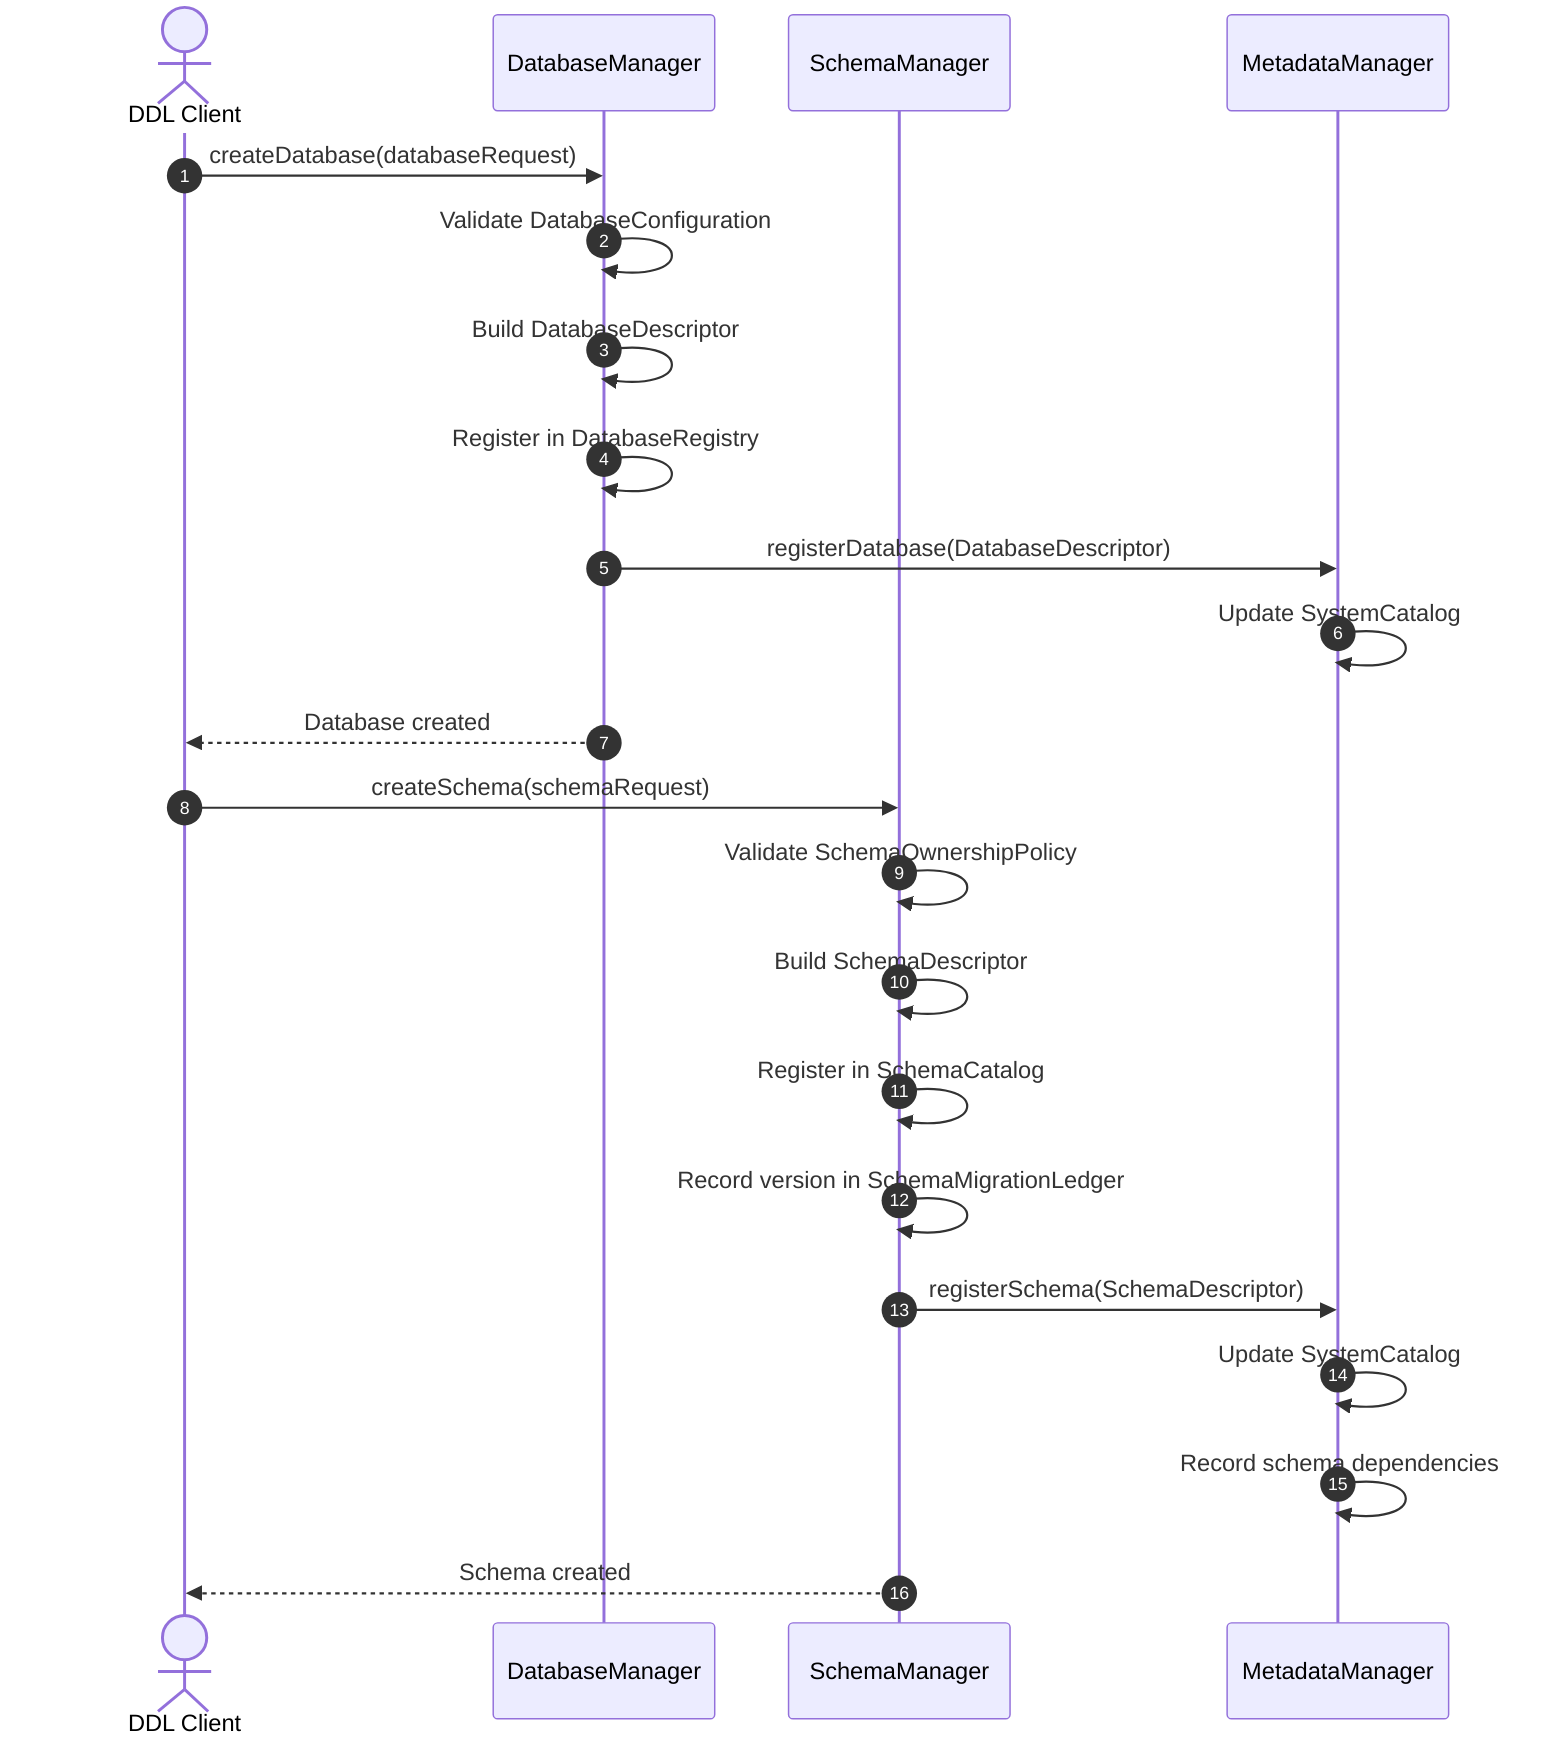
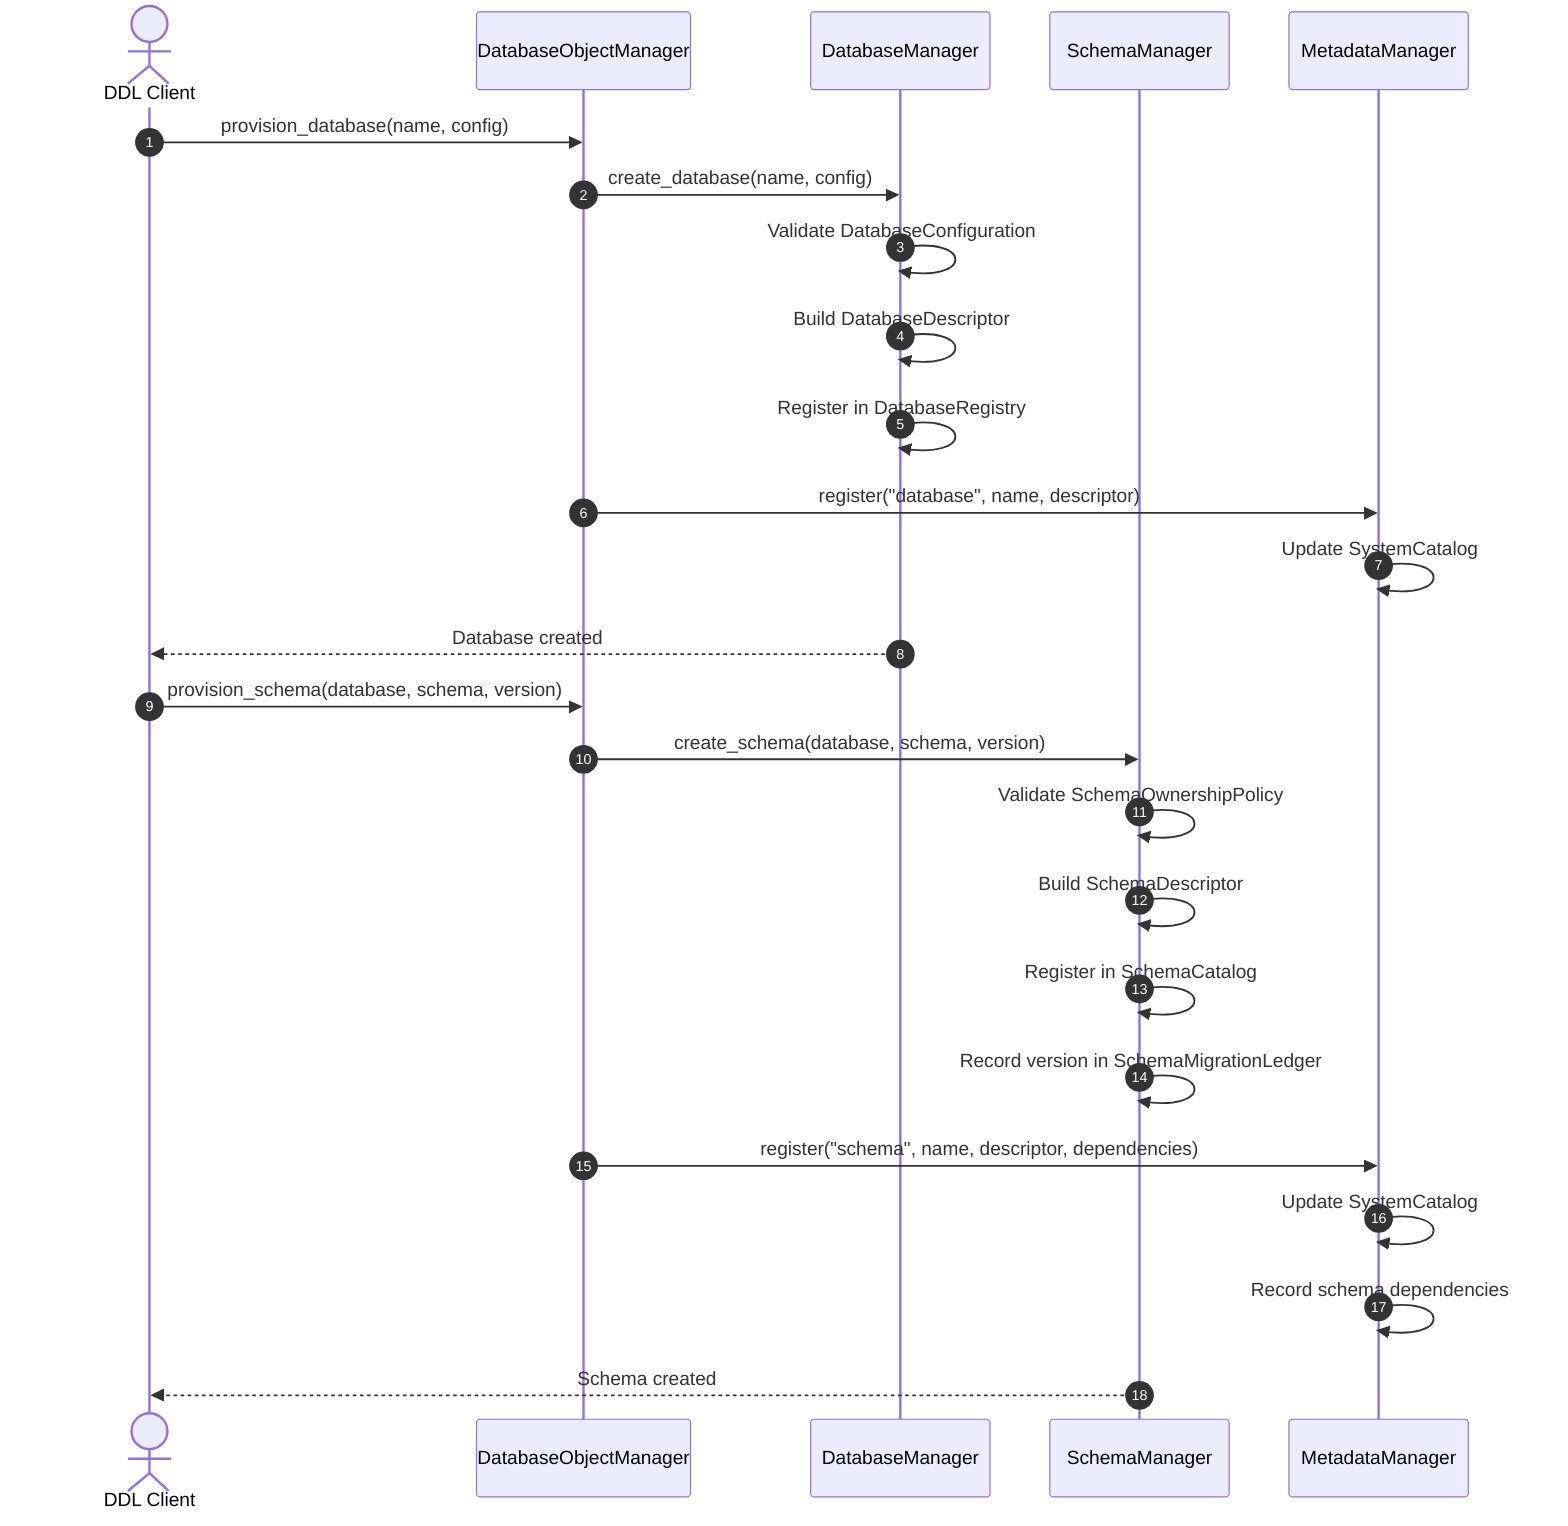
sequenceDiagram
    autonumber
    actor Client as DDL Client
+     participant DOM as DatabaseObjectManager
    participant DBM as DatabaseManager
    participant SM as SchemaManager
    participant MM as MetadataManager

    %% Database Provisioning
-     Client->>DBM: createDatabase(databaseRequest)
+     Client->>DOM: provision_database(name, config)
+     DOM->>DBM: create_database(name, config)
    DBM->>DBM: Validate DatabaseConfiguration
    DBM->>DBM: Build DatabaseDescriptor
    DBM->>DBM: Register in DatabaseRegistry
-     DBM->>MM: registerDatabase(DatabaseDescriptor)
+     DOM->>MM: register("database", name, descriptor)
    MM->>MM: Update SystemCatalog
    DBM-->>Client: Database created

    %% Schema Provisioning
-     Client->>SM: createSchema(schemaRequest)
+     Client->>DOM: provision_schema(database, schema, version)
+     DOM->>SM: create_schema(database, schema, version)
    SM->>SM: Validate SchemaOwnershipPolicy
    SM->>SM: Build SchemaDescriptor
    SM->>SM: Register in SchemaCatalog
    SM->>SM: Record version in SchemaMigrationLedger
-     SM->>MM: registerSchema(SchemaDescriptor)
+     DOM->>MM: register("schema", name, descriptor, dependencies)
    MM->>MM: Update SystemCatalog
    MM->>MM: Record schema dependencies
    SM-->>Client: Schema created
